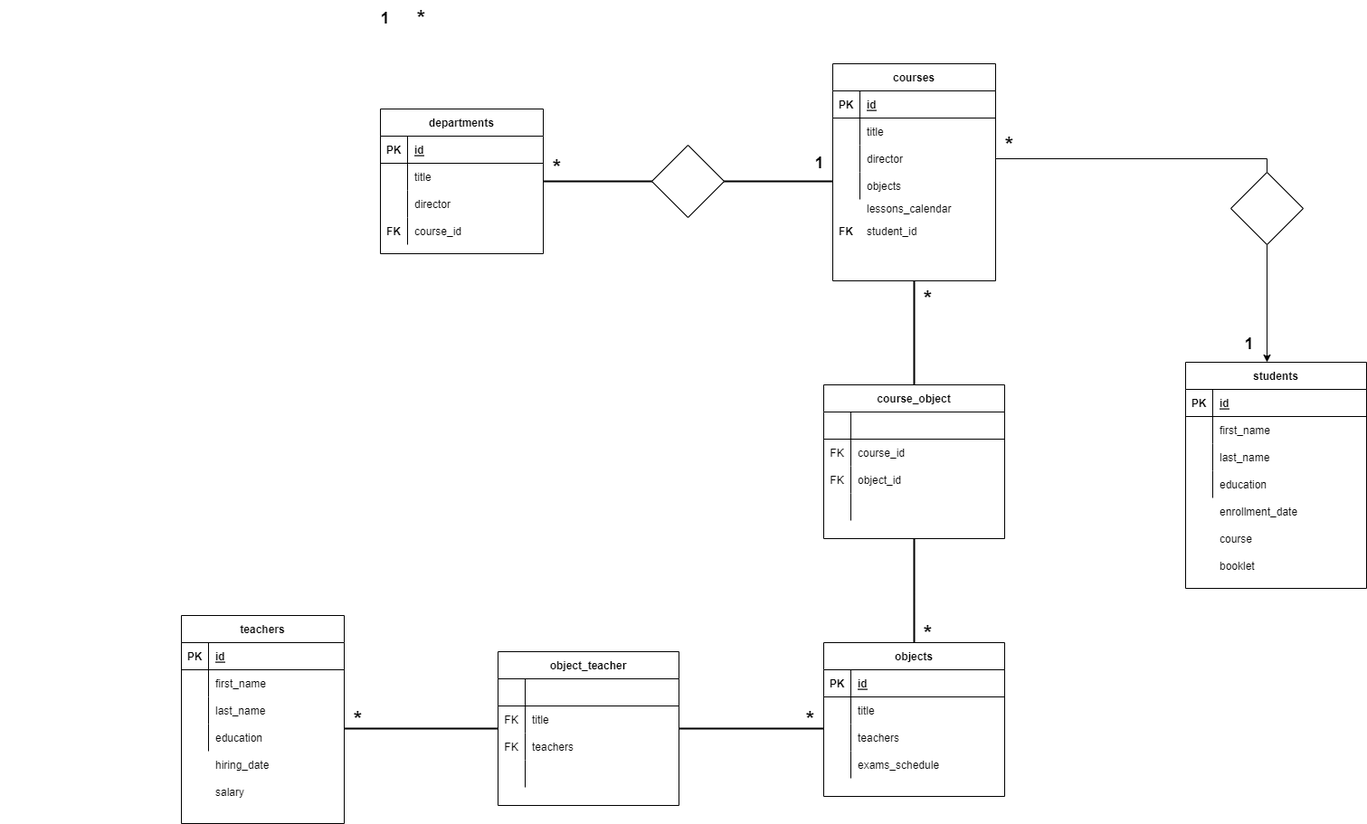
Before: db-university.png, a diagram exported from draw.io (marcocalligaris/db-university). Source tidied: cells renumbered, new cells last; positions are measured from the earlier drawing's top-left corner, leaving out a move shared by most shapes.
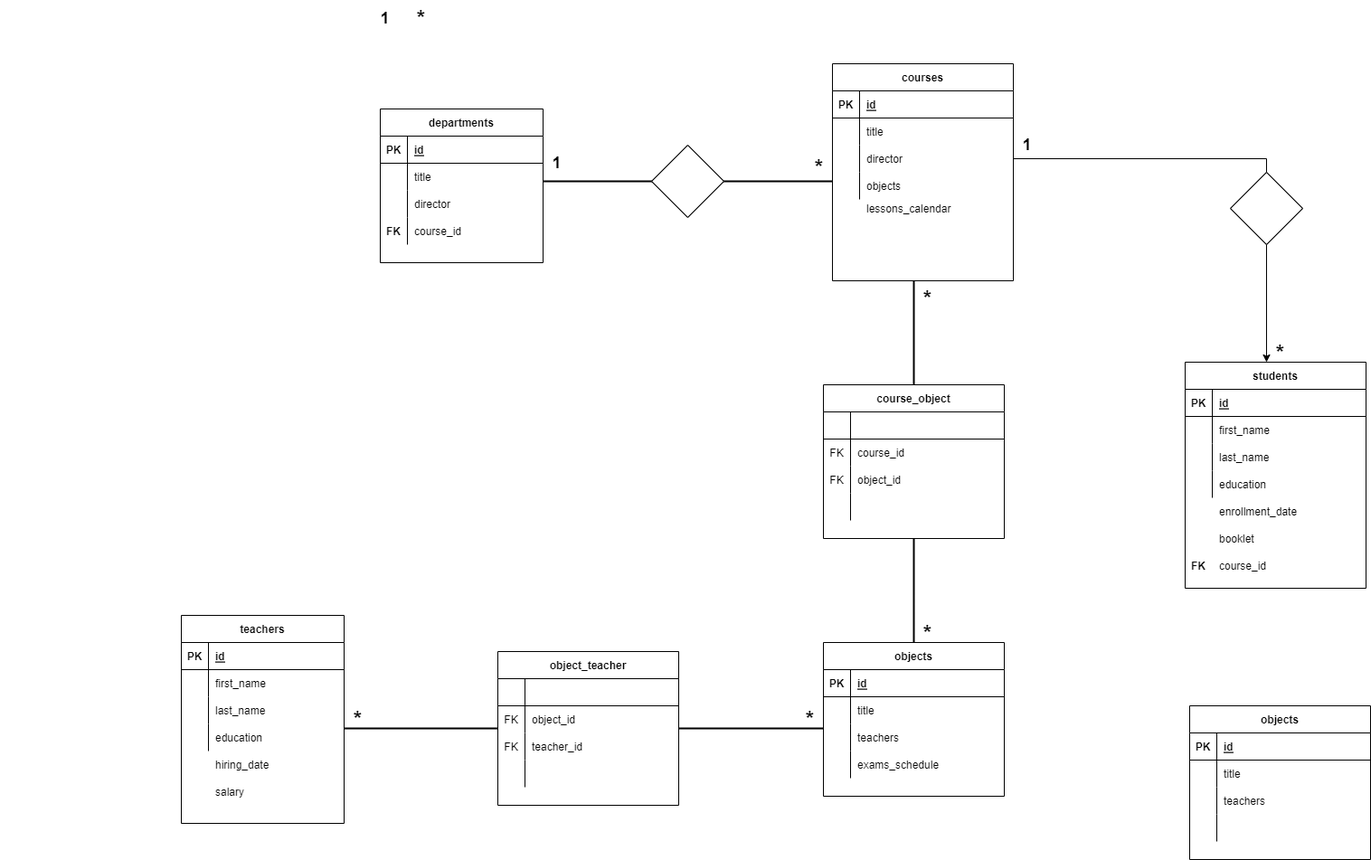
Later version of the same file.

Change to the diagram source:
```diff
@@ -3,46 +3,46 @@
     <mxCell id="0" />
     <mxCell id="1" parent="0" />
     <mxCell id="2" value="courses" style="shape=table;startSize=30;rowLines=0;fontStyle=1;align=center;" parent="1" vertex="1">
-      <mxGeometry x="920" y="70" width="180" height="240" as="geometry" />
+      <mxGeometry x="920" y="70" width="200" height="240" as="geometry" />
     </mxCell>
     <mxCell id="3" style="shape=tableRow;horizontal=0;startSize=0;swimlaneHead=0;swimlaneBody=0;fillColor=none;top=0;left=0;right=0;bottom=1;" parent="2" vertex="1">
-      <mxGeometry y="30" width="180" height="30" as="geometry" />
+      <mxGeometry y="30" width="200" height="30" as="geometry" />
     </mxCell>
     <mxCell id="4" value="PK" style="shape=partialRectangle;fillColor=none;top=0;left=0;bottom=0;right=0;fontStyle=1;overflow=hidden;" parent="3" vertex="1">
       <mxGeometry width="30" height="30" as="geometry" />
     </mxCell>
     <mxCell id="5" value="id" style="shape=partialRectangle;fillColor=none;top=0;left=0;bottom=0;right=0;align=left;spacingLeft=6;fontStyle=5;overflow=hidden;" parent="3" vertex="1">
-      <mxGeometry x="30" width="150" height="30" as="geometry" />
+      <mxGeometry x="30" width="170" height="30" as="geometry" />
     </mxCell>
     <mxCell id="6" style="shape=tableRow;horizontal=0;startSize=0;swimlaneHead=0;swimlaneBody=0;fillColor=none;top=0;left=0;right=0;bottom=0;" parent="2" vertex="1">
-      <mxGeometry y="60" width="180" height="30" as="geometry" />
+      <mxGeometry y="60" width="200" height="30" as="geometry" />
     </mxCell>
     <mxCell id="7" style="shape=partialRectangle;fillColor=none;top=0;left=0;bottom=0;right=0;overflow=hidden;" parent="6" vertex="1">
       <mxGeometry width="30" height="30" as="geometry" />
     </mxCell>
     <mxCell id="8" value="title" style="shape=partialRectangle;fillColor=none;top=0;left=0;bottom=0;right=0;align=left;spacingLeft=6;overflow=hidden;" parent="6" vertex="1">
-      <mxGeometry x="30" width="150" height="30" as="geometry" />
+      <mxGeometry x="30" width="170" height="30" as="geometry" />
     </mxCell>
     <mxCell id="9" style="shape=tableRow;horizontal=0;startSize=0;swimlaneHead=0;swimlaneBody=0;fillColor=none;points=[[0,0.5],[1,0.5]];portConstraint=eastwest;top=0;left=0;right=0;bottom=0;" parent="2" vertex="1">
-      <mxGeometry y="90" width="180" height="30" as="geometry" />
+      <mxGeometry y="90" width="200" height="30" as="geometry" />
     </mxCell>
     <mxCell id="10" style="shape=partialRectangle;fillColor=none;top=0;left=0;bottom=0;right=0;overflow=hidden;" parent="9" vertex="1">
       <mxGeometry width="30" height="30" as="geometry" />
     </mxCell>
     <mxCell id="11" value="director" style="shape=partialRectangle;fillColor=none;top=0;left=0;bottom=0;right=0;align=left;spacingLeft=6;overflow=hidden;" parent="9" vertex="1">
-      <mxGeometry x="30" width="150" height="30" as="geometry" />
+      <mxGeometry x="30" width="170" height="30" as="geometry" />
     </mxCell>
     <mxCell id="12" style="shape=tableRow;horizontal=0;startSize=0;swimlaneHead=0;swimlaneBody=0;fillColor=none;top=0;left=0;right=0;bottom=0;" parent="2" vertex="1">
-      <mxGeometry y="120" width="180" height="30" as="geometry" />
+      <mxGeometry y="120" width="200" height="30" as="geometry" />
     </mxCell>
     <mxCell id="13" style="shape=partialRectangle;fillColor=none;top=0;left=0;bottom=0;right=0;overflow=hidden;" parent="12" vertex="1">
       <mxGeometry width="30" height="30" as="geometry" />
     </mxCell>
     <mxCell id="14" value="objects" style="shape=partialRectangle;fillColor=none;top=0;left=0;bottom=0;right=0;align=left;spacingLeft=6;overflow=hidden;" parent="12" vertex="1">
-      <mxGeometry x="30" width="150" height="30" as="geometry" />
+      <mxGeometry x="30" width="170" height="30" as="geometry" />
     </mxCell>
     <mxCell id="15" value="departments" style="shape=table;startSize=30;rowLines=0;fontStyle=1;align=center;" parent="1" vertex="1">
-      <mxGeometry x="420" y="120" width="180" height="160" as="geometry" />
+      <mxGeometry x="420" y="120" width="180" height="170" as="geometry" />
     </mxCell>
     <mxCell id="16" style="shape=tableRow;horizontal=0;startSize=0;swimlaneHead=0;swimlaneBody=0;fillColor=none;top=0;left=0;right=0;bottom=1;" parent="15" vertex="1">
       <mxGeometry y="30" width="180" height="30" as="geometry" />
@@ -216,7 +216,7 @@
       <mxGeometry x="30" width="170" height="30" as="geometry" />
     </mxCell>
     <mxCell id="73" value="booklet" style="shape=partialRectangle;fillColor=none;top=0;left=0;bottom=0;right=0;align=left;spacingLeft=6;overflow=hidden;" parent="1" vertex="1">
-      <mxGeometry x="1340" y="610" width="150" height="30" as="geometry" />
+      <mxGeometry x="1340" y="580" width="150" height="30" as="geometry" />
     </mxCell>
     <mxCell id="74" value="exams_schedule" style="shape=partialRectangle;fillColor=none;top=0;left=0;bottom=0;right=0;align=left;spacingLeft=6;overflow=hidden;" parent="1" vertex="1">
       <mxGeometry x="940" y="830" width="170" height="30" as="geometry" />
@@ -284,14 +284,11 @@
     <mxCell id="95" value="enrollment_date" style="shape=partialRectangle;fillColor=none;top=0;left=0;bottom=0;right=0;align=left;spacingLeft=6;overflow=hidden;" parent="1" vertex="1">
       <mxGeometry x="1340" y="550" width="150" height="30" as="geometry" />
     </mxCell>
-    <mxCell id="96" value="course" style="shape=partialRectangle;fillColor=none;top=0;left=0;bottom=0;right=0;align=left;spacingLeft=6;overflow=hidden;" parent="1" vertex="1">
-      <mxGeometry x="1340" y="580" width="150" height="30" as="geometry" />
-    </mxCell>
     <mxCell id="97" value="&lt;b&gt;&lt;font style=&quot;font-size: 18px;&quot;&gt;1&lt;/font&gt;&lt;/b&gt;" style="text;html=1;align=center;verticalAlign=middle;fillColor=none;strokeColor=none;rounded=0;" parent="1" vertex="1">
-      <mxGeometry x="890" y="160" width="30" height="40" as="geometry" />
+      <mxGeometry x="600" y="160" width="30" height="40" as="geometry" />
     </mxCell>
     <mxCell id="98" value="&lt;b&gt;&lt;font style=&quot;font-size: 24px;&quot;&gt;*&lt;/font&gt;&lt;/b&gt;" style="text;html=1;align=center;verticalAlign=middle;fillColor=none;strokeColor=none;rounded=0;fontSize=18;" parent="1" vertex="1">
-      <mxGeometry x="600" y="165" width="30" height="40" as="geometry" />
+      <mxGeometry x="890" y="165" width="30" height="40" as="geometry" />
     </mxCell>
     <mxCell id="99" style="line;strokeWidth=2;html=1;" parent="1" vertex="1">
       <mxGeometry x="380" y="800" width="170" height="10" as="geometry" />
@@ -317,7 +314,7 @@
     <mxCell id="106" value="FK" style="shape=partialRectangle;fillColor=none;top=0;left=0;bottom=0;right=0;overflow=hidden;" parent="105" vertex="1">
       <mxGeometry width="30" height="30" as="geometry" />
     </mxCell>
-    <mxCell id="107" value="title" style="shape=partialRectangle;fillColor=none;top=0;left=0;bottom=0;right=0;align=left;spacingLeft=6;overflow=hidden;" parent="105" vertex="1">
+    <mxCell id="107" value="object_id" style="shape=partialRectangle;fillColor=none;top=0;left=0;bottom=0;right=0;align=left;spacingLeft=6;overflow=hidden;" parent="105" vertex="1">
       <mxGeometry x="30" width="170" height="30" as="geometry" />
     </mxCell>
     <mxCell id="108" style="shape=tableRow;horizontal=0;startSize=0;swimlaneHead=0;swimlaneBody=0;fillColor=none;top=0;left=0;right=0;bottom=0;" parent="101" vertex="1">
@@ -326,7 +323,7 @@
     <mxCell id="109" value="FK" style="shape=partialRectangle;fillColor=none;top=0;left=0;bottom=0;right=0;overflow=hidden;" parent="108" vertex="1">
       <mxGeometry width="30" height="30" as="geometry" />
     </mxCell>
-    <mxCell id="110" value="teachers" style="shape=partialRectangle;fillColor=none;top=0;left=0;bottom=0;right=0;align=left;spacingLeft=6;overflow=hidden;" parent="108" vertex="1">
+    <mxCell id="110" value="teacher_id" style="shape=partialRectangle;fillColor=none;top=0;left=0;bottom=0;right=0;align=left;spacingLeft=6;overflow=hidden;" parent="108" vertex="1">
       <mxGeometry x="30" width="170" height="30" as="geometry" />
     </mxCell>
     <mxCell id="111" style="shape=tableRow;horizontal=0;startSize=0;swimlaneHead=0;swimlaneBody=0;fillColor=none;top=0;left=0;right=0;bottom=0;" parent="101" vertex="1">
@@ -355,20 +352,62 @@
     <mxCell id="118" style="edgeStyle=segmentEdgeStyle;endArrow=none;html=1;rounded=0;fontSize=24;exitX=1;exitY=0.5;exitDx=0;exitDy=0;" parent="1" edge="1" source="9" target="117">
       <mxGeometry relative="1" as="geometry" />
     </mxCell>
-    <mxCell id="119" value="student_id" style="shape=partialRectangle;fillColor=none;top=0;left=0;bottom=0;right=0;align=left;spacingLeft=6;overflow=hidden;" parent="1" vertex="1">
-      <mxGeometry x="950" y="240" width="150" height="30" as="geometry" />
-    </mxCell>
-    <mxCell id="120" value="FK" style="shape=partialRectangle;fillColor=none;top=0;left=0;bottom=0;right=0;fontStyle=1;overflow=hidden;" parent="1" vertex="1">
-      <mxGeometry x="920" y="240" width="30" height="30" as="geometry" />
-    </mxCell>
     <mxCell id="121" value="&lt;b&gt;&lt;font style=&quot;font-size: 24px;&quot;&gt;*&lt;/font&gt;&lt;/b&gt;" style="text;html=1;align=center;verticalAlign=middle;fillColor=none;strokeColor=none;rounded=0;fontSize=18;" parent="1" vertex="1">
-      <mxGeometry x="1100" y="140" width="30" height="40" as="geometry" />
+      <mxGeometry x="1400" y="370" width="30" height="40" as="geometry" />
     </mxCell>
     <mxCell id="122" value="&lt;b&gt;&lt;font style=&quot;font-size: 18px;&quot;&gt;1&lt;/font&gt;&lt;/b&gt;" style="text;html=1;align=center;verticalAlign=middle;fillColor=none;strokeColor=none;rounded=0;" parent="1" vertex="1">
-      <mxGeometry x="1365" y="360" width="30" height="40" as="geometry" />
+      <mxGeometry x="1120" y="140" width="30" height="40" as="geometry" />
     </mxCell>
+    <mxCell id="124" value="objects" style="shape=table;startSize=30;rowLines=0;fontStyle=1;align=center;" parent="1" vertex="1">
+      <mxGeometry x="1315" y="780" width="200" height="170" as="geometry" />
+    </mxCell>
+    <mxCell id="125" style="shape=tableRow;horizontal=0;startSize=0;swimlaneHead=0;swimlaneBody=0;fillColor=none;top=0;left=0;right=0;bottom=1;" parent="124" vertex="1">
+      <mxGeometry y="30" width="200" height="30" as="geometry" />
+    </mxCell>
+    <mxCell id="126" value="PK" style="shape=partialRectangle;fillColor=none;top=0;left=0;bottom=0;right=0;fontStyle=1;overflow=hidden;" parent="125" vertex="1">
+      <mxGeometry width="30" height="30" as="geometry" />
+    </mxCell>
+    <mxCell id="127" value="id" style="shape=partialRectangle;fillColor=none;top=0;left=0;bottom=0;right=0;align=left;spacingLeft=6;fontStyle=5;overflow=hidden;" parent="125" vertex="1">
+      <mxGeometry x="30" width="170" height="30" as="geometry" />
+    </mxCell>
+    <mxCell id="128" style="shape=tableRow;horizontal=0;startSize=0;swimlaneHead=0;swimlaneBody=0;fillColor=none;top=0;left=0;right=0;bottom=0;" parent="124" vertex="1">
+      <mxGeometry y="60" width="200" height="30" as="geometry" />
+    </mxCell>
+    <mxCell id="129" style="shape=partialRectangle;fillColor=none;top=0;left=0;bottom=0;right=0;overflow=hidden;" parent="128" vertex="1">
+      <mxGeometry width="30" height="30" as="geometry" />
+    </mxCell>
+    <mxCell id="130" value="title" style="shape=partialRectangle;fillColor=none;top=0;left=0;bottom=0;right=0;align=left;spacingLeft=6;overflow=hidden;" parent="128" vertex="1">
+      <mxGeometry x="30" width="170" height="30" as="geometry" />
+    </mxCell>
+    <mxCell id="131" style="shape=tableRow;horizontal=0;startSize=0;swimlaneHead=0;swimlaneBody=0;fillColor=none;top=0;left=0;right=0;bottom=0;" parent="124" vertex="1">
+      <mxGeometry y="90" width="200" height="30" as="geometry" />
+    </mxCell>
+    <mxCell id="132" style="shape=partialRectangle;fillColor=none;top=0;left=0;bottom=0;right=0;overflow=hidden;" parent="131" vertex="1">
+      <mxGeometry width="30" height="30" as="geometry" />
+    </mxCell>
+    <mxCell id="133" value="teachers" style="shape=partialRectangle;fillColor=none;top=0;left=0;bottom=0;right=0;align=left;spacingLeft=6;overflow=hidden;" parent="131" vertex="1">
+      <mxGeometry x="30" width="170" height="30" as="geometry" />
+    </mxCell>
+    <mxCell id="134" style="shape=tableRow;horizontal=0;startSize=0;swimlaneHead=0;swimlaneBody=0;fillColor=none;top=0;left=0;right=0;bottom=0;" parent="124" vertex="1">
+      <mxGeometry y="120" width="200" height="30" as="geometry" />
+    </mxCell>
+    <mxCell id="135" style="shape=partialRectangle;fillColor=none;top=0;left=0;bottom=0;right=0;overflow=hidden;" parent="134" vertex="1">
+      <mxGeometry width="30" height="30" as="geometry" />
+    </mxCell>
+    <mxCell id="136" style="shape=partialRectangle;fillColor=none;top=0;left=0;bottom=0;right=0;align=left;spacingLeft=6;overflow=hidden;" parent="134" vertex="1">
+      <mxGeometry x="30" width="170" height="30" as="geometry" />
+    </mxCell>
+    <mxCell id="137" style="shape=partialRectangle;fillColor=none;top=0;left=0;bottom=0;right=0;align=left;spacingLeft=6;overflow=hidden;" parent="1" vertex="1">
+      <mxGeometry x="950" y="275" width="150" height="30" as="geometry" />
+    </mxCell>
     <mxCell id="123" value="FK" style="shape=partialRectangle;fillColor=none;top=0;left=0;bottom=0;right=0;fontStyle=1;overflow=hidden;" parent="1" vertex="1">
       <mxGeometry x="420" y="240" width="30" height="30" as="geometry" />
     </mxCell>
+    <mxCell id="138" value="course_id" style="shape=partialRectangle;fillColor=none;top=0;left=0;bottom=0;right=0;align=left;spacingLeft=6;overflow=hidden;" parent="1" vertex="1">
+      <mxGeometry x="1340" y="610" width="150" height="30" as="geometry" />
+    </mxCell>
+    <mxCell id="120" value="FK" style="shape=partialRectangle;fillColor=none;top=0;left=0;bottom=0;right=0;fontStyle=1;overflow=hidden;" parent="1" vertex="1">
+      <mxGeometry x="1310" y="610" width="30" height="30" as="geometry" />
+    </mxCell>
   </root>
 </mxGraphModel>
```
